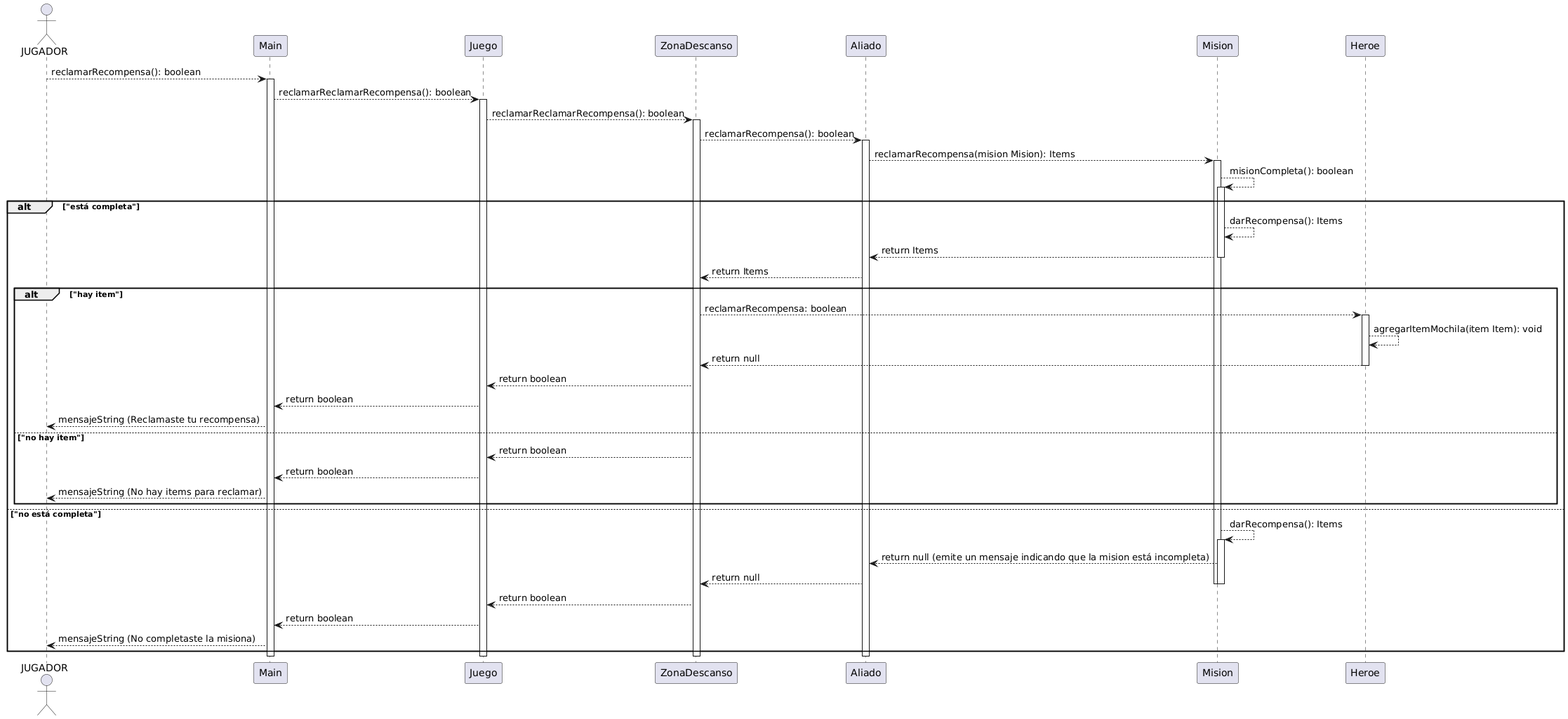
LucasArielGarcia/TPO_POO_MIE_2C keeps this PlantUML diagram as DiagramasSecuencia/diagramaDeSecuenciaB.png. Above is the earlier version. Source of this version:
```plantuml
@startuml
actor JUGADOR
JUGADOR --> Main: reclamarRecompensa(): boolean
 activate Main
Main --> Juego: reclamarReclamarRecompensa(): boolean
 activate Juego
 Juego --> ZonaDescanso: reclamarReclamarRecompensa(): boolean
  activate ZonaDescanso
  ZonaDescanso --> Aliado: reclamarRecompensa(): boolean
   activate Aliado
   Aliado --> Mision: reclamarRecompensa(mision Mision): Items
    activate Mision
    Mision --> Mision: misionCompleta(): boolean
     activate Mision
     alt "está completa"
         Mision --> Mision: darRecompensa(): Items
         Mision --> Aliado: return Items
         deactivate Mision
         Aliado --> ZonaDescanso: return Items
         alt "hay item"
             ZonaDescanso --> Heroe: reclamarRecompensa: boolean
              activate Heroe
              Heroe --> Heroe: agregarItemMochila(item Item): void
              Heroe --> ZonaDescanso: return null
              deactivate Heroe
              ZonaDescanso --> Juego: return boolean
              Juego --> Main: return boolean
              Main --> JUGADOR: mensajeString (Reclamaste tu recompensa)
         else "no hay item"
             ZonaDescanso --> Juego: return boolean
             Juego --> Main: return boolean
             Main --> JUGADOR: mensajeString (No hay items para reclamar)
         end
     else "no está completa"
         activate Mision
         Mision --> Mision: darRecompensa(): Items
         activate Mision
         Mision --> Aliado: return null (emite un mensaje indicando que la mision está incompleta)
         Aliado --> ZonaDescanso: return null
         deactivate Mision
         deactivate Mision
         ZonaDescanso --> Juego: return boolean
         Juego --> Main: return boolean
         Main --> JUGADOR: mensajeString (No completaste la misiona)
     end
deactivate Aliado
deactivate ZonaDescanso
deactivate Juego
deactivate Main
@enduml
```
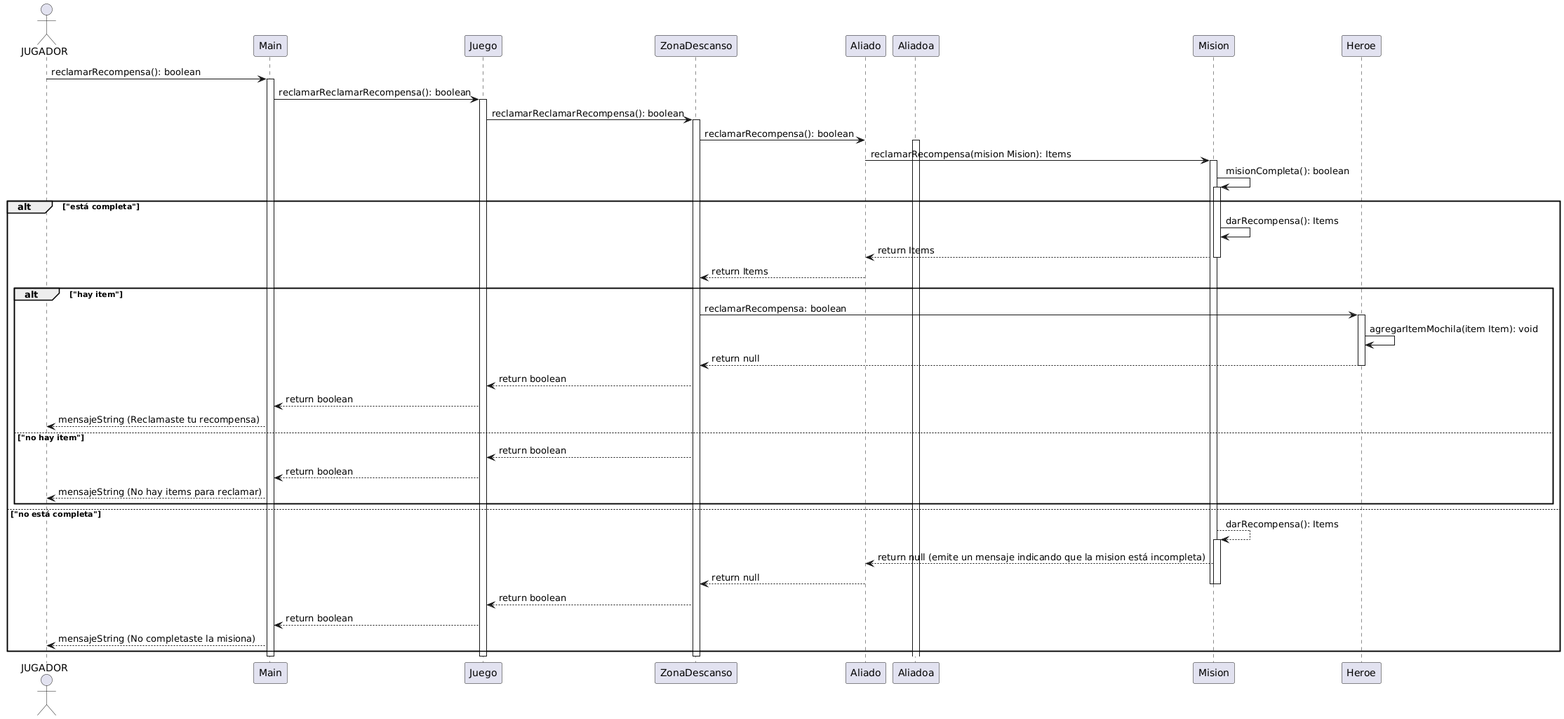
After the change.

What changed in the source:
```diff
@@ -1,26 +1,26 @@
 @startuml
 actor JUGADOR
-JUGADOR --> Main: reclamarRecompensa(): boolean
+JUGADOR -> Main: reclamarRecompensa(): boolean
  activate Main
-Main --> Juego: reclamarReclamarRecompensa(): boolean
+Main -> Juego: reclamarReclamarRecompensa(): boolean
  activate Juego
- Juego --> ZonaDescanso: reclamarReclamarRecompensa(): boolean
+ Juego -> ZonaDescanso: reclamarReclamarRecompensa(): boolean
   activate ZonaDescanso
-  ZonaDescanso --> Aliado: reclamarRecompensa(): boolean
-   activate Aliado
-   Aliado --> Mision: reclamarRecompensa(mision Mision): Items
+  ZonaDescanso -> Aliado: reclamarRecompensa(): boolean
+   activate Aliadoa
+   Aliado -> Mision: reclamarRecompensa(mision Mision): Items
     activate Mision
-    Mision --> Mision: misionCompleta(): boolean
+    Mision -> Mision: misionCompleta(): boolean
      activate Mision
      alt "está completa"
-         Mision --> Mision: darRecompensa(): Items
+         Mision -> Mision: darRecompensa(): Items
          Mision --> Aliado: return Items
          deactivate Mision
          Aliado --> ZonaDescanso: return Items
          alt "hay item"
-             ZonaDescanso --> Heroe: reclamarRecompensa: boolean
+             ZonaDescanso -> Heroe: reclamarRecompensa: boolean
               activate Heroe
-              Heroe --> Heroe: agregarItemMochila(item Item): void
+              Heroe -> Heroe: agregarItemMochila(item Item): void
               Heroe --> ZonaDescanso: return null
               deactivate Heroe
               ZonaDescanso --> Juego: return boolean
```
